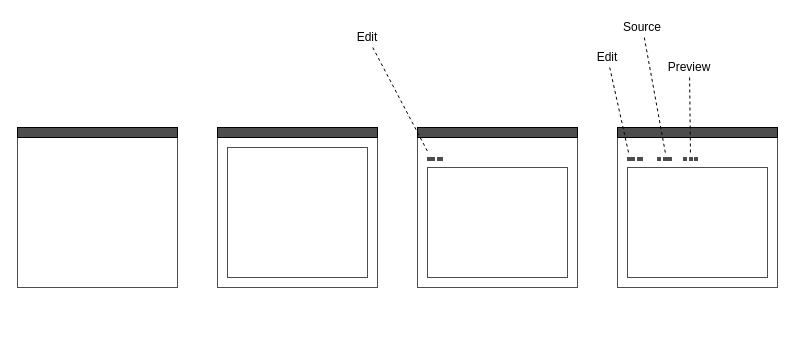
Earlier version of the draw.io diagram Untitled Diagram.drawio (ajile/draw-io). Source tidied: cells renumbered, new cells numbered last; positions are measured from the earlier drawing's top-left corner, leaving out a move shared by most shapes. Both pictures are drawn from the tidied source at 100%, with x=0, y=0 at pixel (17, 17).
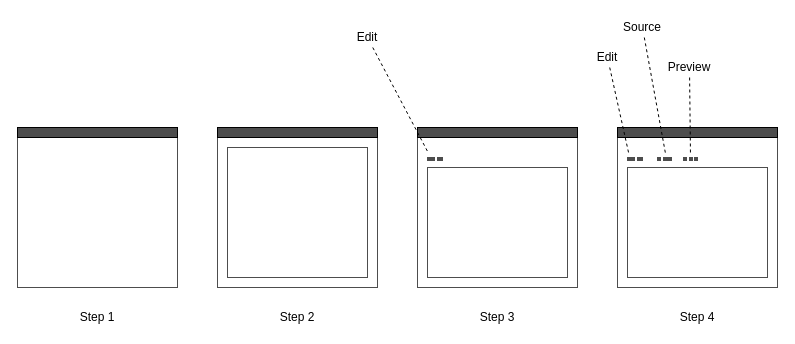
The same page after the edit.

The edit, as a diff of the source:
```diff
@@
+    <mxCell id="38" value="Step 1&lt;br&gt;" style="text;html=1;strokeColor=none;fillColor=none;align=center;verticalAlign=middle;whiteSpace=wrap;rounded=0;" parent="1" vertex="1">
+      <mxGeometry x="60" y="290" width="40" height="20" as="geometry" />
+    </mxCell>
+    <mxCell id="39" value="Step 2" style="text;html=1;strokeColor=none;fillColor=none;align=center;verticalAlign=middle;whiteSpace=wrap;rounded=0;" parent="1" vertex="1">
+      <mxGeometry x="260" y="290" width="40" height="20" as="geometry" />
+    </mxCell>
+    <mxCell id="40" value="Step 3" style="text;html=1;strokeColor=none;fillColor=none;align=center;verticalAlign=middle;whiteSpace=wrap;rounded=0;" parent="1" vertex="1">
+      <mxGeometry x="460" y="290" width="40" height="20" as="geometry" />
+    </mxCell>
+    <mxCell id="41" value="Step 4" style="text;html=1;strokeColor=none;fillColor=none;align=center;verticalAlign=middle;whiteSpace=wrap;rounded=0;" parent="1" vertex="1">
+      <mxGeometry x="660" y="290" width="40" height="20" as="geometry" />
+    </mxCell>
```
